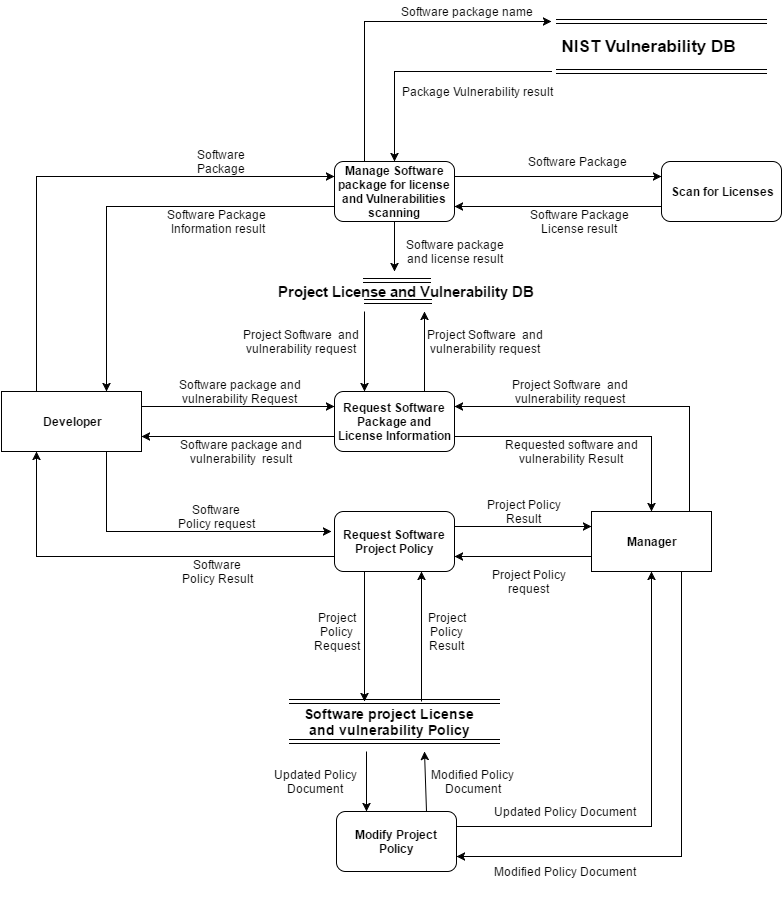
Sindre-s/MIADW keeps this draw.io diagram as DFD.png. Above is the earlier version. Source tidied: cells renumbered, new cells last; positions are measured from the earlier drawing's top-left corner, leaving out a move shared by most shapes.
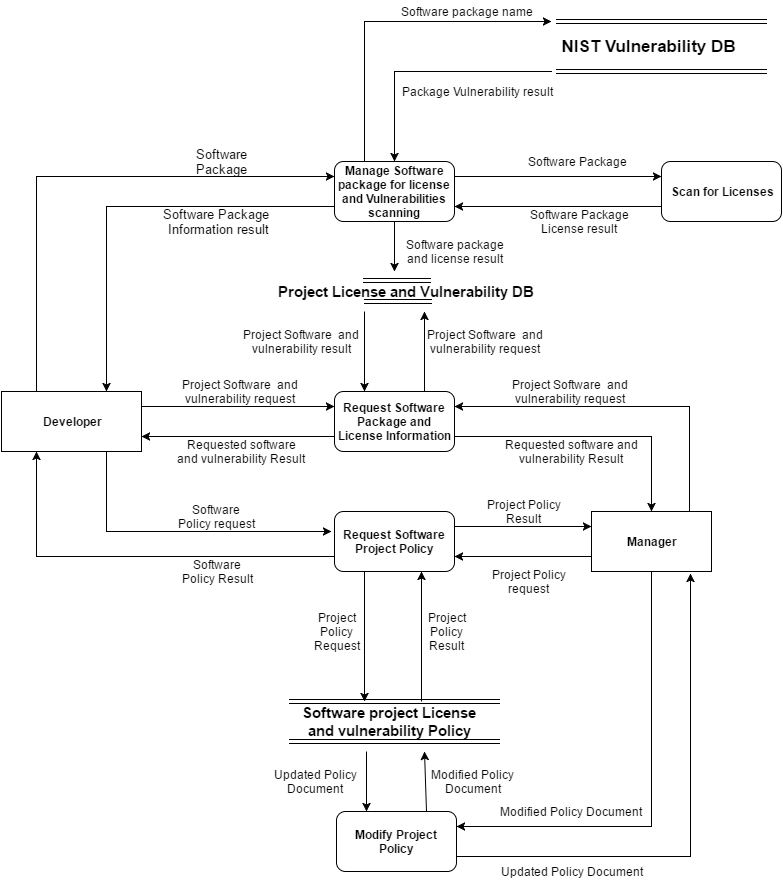
After the change.

Change to the diagram source:
```diff
@@ -78,10 +78,10 @@
     <mxCell id="15" style="edgeStyle=none;rounded=0;html=1;exitX=0;exitY=0.75;entryX=1;entryY=0.75;jettySize=auto;" parent="1" edge="1" source="17" target="37">
       <mxGeometry relative="1" as="geometry" />
     </mxCell>
-    <mxCell id="16" style="edgeStyle=none;rounded=0;html=1;exitX=0.75;exitY=1;entryX=1;entryY=0.75;jettySize=auto;" parent="1" edge="1" source="17" target="40">
+    <mxCell id="16" style="edgeStyle=none;rounded=0;html=1;exitX=0.5;exitY=1;entryX=1;entryY=0.25;jettySize=auto;strokeColor=#000000;" parent="1" edge="1" source="17" target="40">
       <mxGeometry relative="1" as="geometry">
         <Array as="points">
-          <mxPoint x="680" y="855" />
+          <mxPoint x="650" y="825" />
         </Array>
       </mxGeometry>
     </mxCell>
@@ -112,7 +112,7 @@
     <mxCell id="23" value="&lt;b&gt;Request Software Package and License Information&lt;/b&gt;" style="rounded=1;whiteSpace=wrap;html=1;" parent="1" vertex="1">
       <mxGeometry x="333" y="390" width="120" height="60" as="geometry" />
     </mxCell>
-    <mxCell id="24" value="Software Package" style="text;html=1;strokeColor=none;fillColor=none;align=center;verticalAlign=middle;whiteSpace=wrap;" parent="1" vertex="1">
+    <mxCell id="24" value="&lt;font style=&quot;font-size: 13px&quot;&gt;Software Package&lt;/font&gt;" style="text;html=1;strokeColor=none;fillColor=none;align=center;verticalAlign=middle;whiteSpace=wrap;" parent="1" vertex="1">
       <mxGeometry x="170" y="150" width="100" height="20" as="geometry" />
     </mxCell>
     <mxCell id="25" value="Software Package" style="text;html=1;strokeColor=none;fillColor=none;align=center;verticalAlign=middle;whiteSpace=wrap;" parent="1" vertex="1">
@@ -124,13 +124,13 @@
     <mxCell id="27" value="Project Software &amp;nbsp;and vulnerability request" style="text;html=1;strokeColor=none;fillColor=none;align=center;verticalAlign=middle;whiteSpace=wrap;rotation=0;" parent="1" vertex="1">
       <mxGeometry x="397" y="330" width="173" height="20" as="geometry" />
     </mxCell>
-    <mxCell id="28" value="Project Software &amp;nbsp;and vulnerability request" style="text;html=1;strokeColor=none;fillColor=none;align=center;verticalAlign=middle;whiteSpace=wrap;rotation=0;" parent="1" vertex="1">
+    <mxCell id="28" value="Project Software &amp;nbsp;and vulnerability result" style="text;html=1;strokeColor=none;fillColor=none;align=center;verticalAlign=middle;whiteSpace=wrap;rotation=0;" parent="1" vertex="1">
       <mxGeometry x="239" y="330" width="122" height="20" as="geometry" />
     </mxCell>
     <mxCell id="29" value="Software package and license result" style="text;html=1;strokeColor=none;fillColor=none;align=center;verticalAlign=middle;whiteSpace=wrap;rotation=0;" parent="1" vertex="1">
       <mxGeometry x="397" y="240" width="113" height="20" as="geometry" />
     </mxCell>
-    <mxCell id="30" value="Software Package &amp;nbsp;Information result" style="text;html=1;strokeColor=none;fillColor=none;align=center;verticalAlign=middle;whiteSpace=wrap;" parent="1" vertex="1">
+    <mxCell id="30" value="&lt;font style=&quot;font-size: 13px&quot;&gt;Software Package &amp;nbsp;Information result&lt;/font&gt;" style="text;html=1;strokeColor=none;fillColor=none;align=center;verticalAlign=middle;whiteSpace=wrap;" parent="1" vertex="1">
       <mxGeometry x="160" y="210" width="110" height="20" as="geometry" />
     </mxCell>
     <mxCell id="31" value="Project Software &amp;nbsp;and vulnerability request" style="text;html=1;strokeColor=none;fillColor=none;align=center;verticalAlign=middle;whiteSpace=wrap;" parent="1" vertex="1">
@@ -162,28 +162,28 @@
     <mxCell id="37" value="&lt;b&gt;Request Software Project Policy&lt;/b&gt;" style="rounded=1;whiteSpace=wrap;html=1;" parent="1" vertex="1">
       <mxGeometry x="333" y="510" width="120" height="60" as="geometry" />
     </mxCell>
+    <mxCell id="39" style="edgeStyle=none;rounded=0;html=1;exitX=0.75;exitY=0;jettySize=auto;" parent="1" edge="1" source="40">
+      <mxGeometry relative="1" as="geometry">
+        <mxPoint x="423" y="750" as="targetPoint" />
+      </mxGeometry>
+    </mxCell>
-    <mxCell id="38" style="edgeStyle=none;rounded=0;html=1;exitX=1;exitY=0.25;entryX=0.5;entryY=1;jettySize=auto;" parent="1" edge="1" source="40" target="17">
+    <mxCell id="38" style="edgeStyle=none;rounded=0;html=1;exitX=1;exitY=0.75;entryX=0.825;entryY=1.033;entryPerimeter=0;jettySize=auto;strokeColor=#000000;" parent="1" edge="1" source="40" target="17">
       <mxGeometry relative="1" as="geometry">
         <Array as="points">
-          <mxPoint x="650" y="825" />
+          <mxPoint x="689" y="855" />
         </Array>
       </mxGeometry>
     </mxCell>
-    <mxCell id="39" style="edgeStyle=none;rounded=0;html=1;exitX=0.75;exitY=0;jettySize=auto;" parent="1" edge="1" source="40">
-      <mxGeometry relative="1" as="geometry">
-        <mxPoint x="423" y="750" as="targetPoint" />
-      </mxGeometry>
-    </mxCell>
     <mxCell id="40" value="&lt;b&gt;Modify Project Policy&lt;/b&gt;" style="rounded=1;whiteSpace=wrap;html=1;" parent="1" vertex="1">
       <mxGeometry x="335" y="810" width="120" height="60" as="geometry" />
     </mxCell>
     <mxCell id="41" style="edgeStyle=none;rounded=0;html=1;exitX=0.75;exitY=1;entryX=0.75;entryY=1;jettySize=auto;orthogonalLoop=1;" parent="1" edge="1" source="37" target="37">
       <mxGeometry relative="1" as="geometry" />
     </mxCell>
-    <mxCell id="42" value="Software package and vulnerability Request" style="text;html=1;strokeColor=none;fillColor=none;align=center;verticalAlign=middle;whiteSpace=wrap;" parent="1" vertex="1">
+    <mxCell id="42" value="Project Software &amp;nbsp;and vulnerability request" style="text;html=1;strokeColor=none;fillColor=none;align=center;verticalAlign=middle;whiteSpace=wrap;" parent="1" vertex="1">
       <mxGeometry x="176" y="380" width="125" height="20" as="geometry" />
     </mxCell>
-    <mxCell id="43" value="Software package and vulnerability &amp;nbsp;result" style="text;html=1;strokeColor=none;fillColor=none;align=center;verticalAlign=middle;whiteSpace=wrap;" parent="1" vertex="1">
+    <mxCell id="43" value="Requested software and vulnerability Result" style="text;html=1;strokeColor=none;fillColor=none;align=center;verticalAlign=middle;whiteSpace=wrap;" parent="1" vertex="1">
       <mxGeometry x="175" y="440" width="130" height="20" as="geometry" />
     </mxCell>
     <mxCell id="44" value="Project Policy request" style="text;html=1;strokeColor=none;fillColor=none;align=center;verticalAlign=middle;whiteSpace=wrap;" parent="1" vertex="1">
@@ -193,10 +193,10 @@
       <mxGeometry x="480" y="500" width="85" height="20" as="geometry" />
     </mxCell>
     <mxCell id="46" value="Modified Policy Document" style="text;html=1;strokeColor=none;fillColor=none;align=center;verticalAlign=middle;whiteSpace=wrap;" parent="1" vertex="1">
-      <mxGeometry x="488" y="860" width="150" height="20" as="geometry" />
+      <mxGeometry x="494" y="800" width="150" height="20" as="geometry" />
     </mxCell>
     <mxCell id="47" value="Updated Policy Document" style="text;html=1;strokeColor=none;fillColor=none;align=center;verticalAlign=middle;whiteSpace=wrap;" parent="1" vertex="1">
-      <mxGeometry x="483" y="800" width="160" height="20" as="geometry" />
+      <mxGeometry x="490" y="860" width="160" height="20" as="geometry" />
     </mxCell>
     <mxCell id="48" value="Software Policy Result" style="text;html=1;strokeColor=none;fillColor=none;align=center;verticalAlign=middle;whiteSpace=wrap;" parent="1" vertex="1">
       <mxGeometry x="176" y="560" width="80" height="20" as="geometry" />
@@ -258,7 +258,7 @@
         </Array>
       </mxGeometry>
     </mxCell>
-    <mxCell id="61" value="&lt;b&gt;&lt;font style=&quot;font-size: 14px&quot;&gt;Software project License and vulnerability Policy&lt;/font&gt;&lt;/b&gt;" style="text;html=1;strokeColor=none;fillColor=none;align=center;verticalAlign=middle;whiteSpace=wrap;" parent="1" vertex="1">
+    <mxCell id="61" value="&lt;b&gt;&lt;font style=&quot;font-size: 15px&quot;&gt;Software project License and vulnerability Policy&lt;/font&gt;&lt;/b&gt;" style="text;html=1;strokeColor=none;fillColor=none;align=center;verticalAlign=middle;whiteSpace=wrap;" parent="1" vertex="1">
       <mxGeometry x="293" y="710" width="190" height="20" as="geometry" />
     </mxCell>
     <mxCell id="62" style="endArrow=classic;html=1;strokeColor=#000000;" parent="1" edge="1">
```
